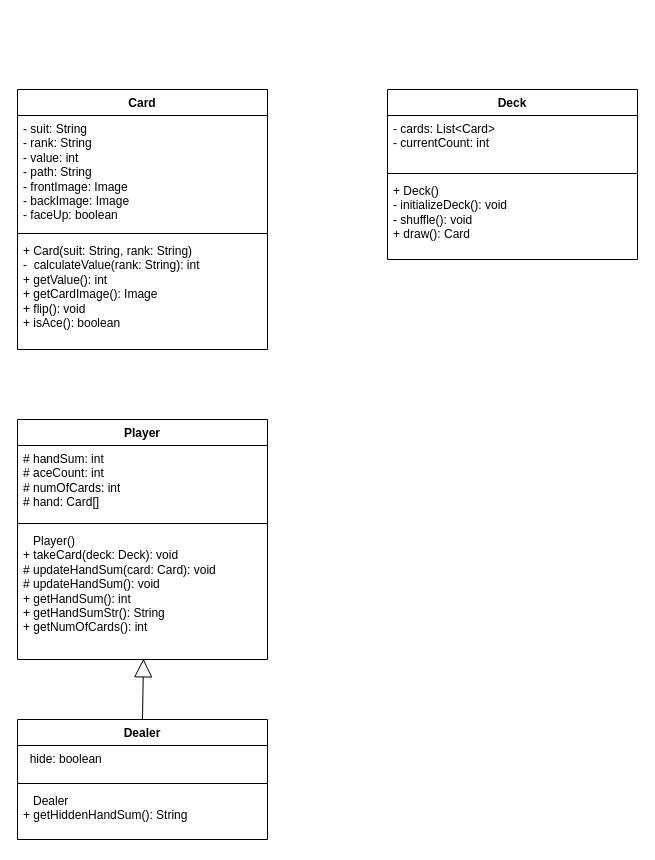
Earlier version of the draw.io diagram BlackjackUML.drawio (AimanIskndr/BlackjackOOP). Source tidied: cells renumbered, new cells numbered last; positions are measured from the earlier drawing's top-left corner, leaving out a move shared by most shapes. Both pictures are drawn from the tidied source at 100%, with x=0, y=0 at pixel (17, 89).
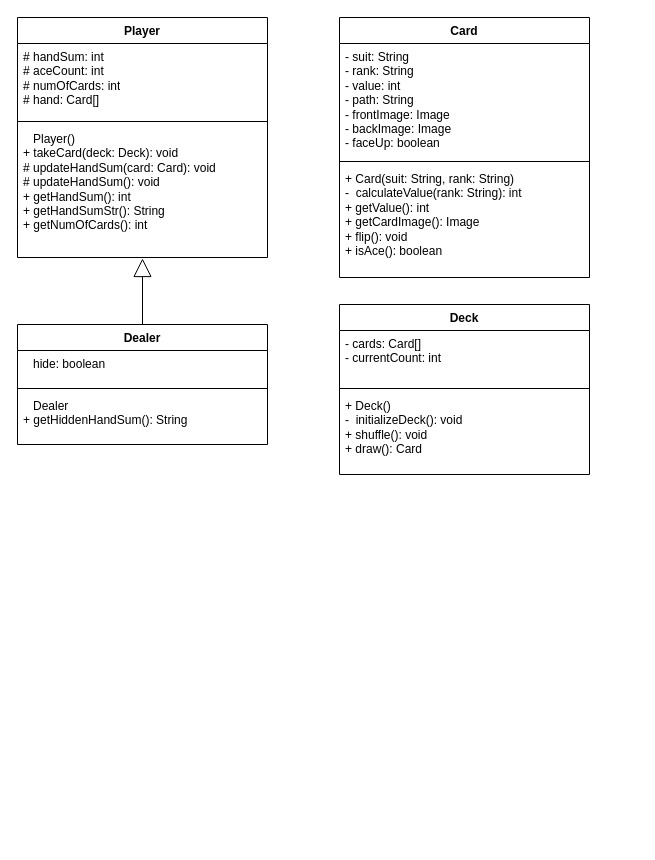
The same diagram, later.

Change to the diagram source:
```diff
@@
 <mxGraphModel>
   <root>
     <mxCell id="0" />
     <mxCell id="1" parent="0" />
     <mxCell id="2" value="Card" style="swimlane;fontStyle=1;align=center;verticalAlign=top;horizontal=1;startSize=26;whiteSpace=wrap;html=1;" parent="1" vertex="1">
-      <mxGeometry width="250" height="260" as="geometry" />
+      <mxGeometry x="322" y="-72" width="250" height="260" as="geometry" />
     </mxCell>
     <mxCell id="3" value="- suit: String&lt;br&gt;- rank: String&lt;br&gt;- value: int&lt;br&gt;- path: String&lt;br&gt;- frontImage: Image&lt;br&gt;- backImage: Image&lt;br&gt;- faceUp: boolean" style="text;strokeColor=none;fillColor=none;align=left;verticalAlign=top;spacingLeft=4;spacingRight=4;overflow=hidden;whiteSpace=wrap;html=1;" parent="2" vertex="1">
       <mxGeometry y="26" width="250" height="114" as="geometry" />
     </mxCell>
     <mxCell id="4" style="line;strokeWidth=1;fillColor=none;align=left;verticalAlign=middle;spacingTop=-1;spacingLeft=3;spacingRight=3;labelPosition=right;strokeColor=inherit;" parent="2" vertex="1">
       <mxGeometry y="140" width="250" height="8" as="geometry" />
     </mxCell>
     <mxCell id="5" value="+ Card(suit: String, rank: String)&lt;br&gt;-&amp;nbsp; calculateValue(rank: String): int&lt;br&gt;+ getValue(): int&lt;br&gt;+ getCardImage(): Image&lt;br&gt;+ flip(): void&lt;br&gt;+ isAce(): boolean&lt;br&gt;" style="text;strokeColor=none;fillColor=none;align=left;verticalAlign=top;spacingLeft=4;spacingRight=4;overflow=hidden;whiteSpace=wrap;html=1;" parent="2" vertex="1">
       <mxGeometry y="148" width="250" height="112" as="geometry" />
     </mxCell>
     <mxCell id="6" value="Deck" style="swimlane;fontStyle=1;align=center;verticalAlign=top;horizontal=1;startSize=26;whiteSpace=wrap;html=1;" parent="1" vertex="1">
-      <mxGeometry x="370" width="250" height="170" as="geometry" />
+      <mxGeometry x="322" y="215" width="250" height="170" as="geometry" />
     </mxCell>
-    <mxCell id="7" value="&lt;div&gt;&lt;span style=&quot;background-color: initial;&quot;&gt;- cards: List&amp;lt;Card&amp;gt;&lt;/span&gt;&lt;br&gt;&lt;/div&gt;&lt;div&gt;- currentCount: int&lt;/div&gt;" style="text;strokeColor=none;fillColor=none;align=left;verticalAlign=top;spacingLeft=4;spacingRight=4;overflow=hidden;whiteSpace=wrap;html=1;" parent="6" vertex="1">
+    <mxCell id="7" value="&lt;div&gt;&lt;span style=&quot;background-color: initial;&quot;&gt;- cards: Card[]&lt;/span&gt;&lt;br&gt;&lt;/div&gt;&lt;div&gt;- currentCount: int&lt;/div&gt;" style="text;strokeColor=none;fillColor=none;align=left;verticalAlign=top;spacingLeft=4;spacingRight=4;overflow=hidden;whiteSpace=wrap;html=1;" parent="6" vertex="1">
       <mxGeometry y="26" width="250" height="54" as="geometry" />
     </mxCell>
     <mxCell id="8" style="line;strokeWidth=1;fillColor=none;align=left;verticalAlign=middle;spacingTop=-1;spacingLeft=3;spacingRight=3;labelPosition=right;strokeColor=inherit;" parent="6" vertex="1">
       <mxGeometry y="80" width="250" height="8" as="geometry" />
     </mxCell>
-    <mxCell id="9" value="&lt;div&gt;&lt;span style=&quot;background-color: initial;&quot;&gt;+ Deck()&lt;/span&gt;&lt;br&gt;&lt;/div&gt;&lt;div&gt;- initializeDeck(): void&lt;/div&gt;&lt;div&gt;- shuffle(): void&lt;/div&gt;&lt;div&gt;+ draw(): Card&lt;/div&gt;&lt;div&gt;&lt;br&gt;&lt;/div&gt;" style="text;strokeColor=none;fillColor=none;align=left;verticalAlign=top;spacingLeft=4;spacingRight=4;overflow=hidden;whiteSpace=wrap;html=1;" parent="6" vertex="1">
+    <mxCell id="9" value="&lt;div&gt;&lt;span style=&quot;background-color: initial;&quot;&gt;+ Deck()&lt;/span&gt;&lt;br&gt;&lt;/div&gt;&lt;div&gt;-&amp;nbsp; initializeDeck(): void&lt;/div&gt;&lt;div&gt;+ shuffle(): void&lt;/div&gt;&lt;div&gt;+ draw(): Card&lt;/div&gt;&lt;div&gt;&lt;br&gt;&lt;/div&gt;" style="text;strokeColor=none;fillColor=none;align=left;verticalAlign=top;spacingLeft=4;spacingRight=4;overflow=hidden;whiteSpace=wrap;html=1;" parent="6" vertex="1">
       <mxGeometry y="88" width="250" height="82" as="geometry" />
     </mxCell>
     <mxCell id="10" value="Player" style="swimlane;fontStyle=1;align=center;verticalAlign=top;horizontal=1;startSize=26;whiteSpace=wrap;html=1;" parent="1" vertex="1">
-      <mxGeometry y="330" width="250" height="240" as="geometry" />
+      <mxGeometry y="-72" width="250" height="240" as="geometry" />
     </mxCell>
     <mxCell id="11" value="&lt;div&gt;&lt;span style=&quot;background-color: initial;&quot;&gt;# handSum: int&lt;/span&gt;&lt;br&gt;&lt;/div&gt;&lt;div&gt;# aceCount: int&lt;/div&gt;&lt;div&gt;# numOfCards: int&lt;/div&gt;&lt;div&gt;# hand: Card[]&lt;/div&gt;&lt;div&gt;&lt;br&gt;&lt;/div&gt;" style="text;strokeColor=none;fillColor=none;align=left;verticalAlign=top;spacingLeft=4;spacingRight=4;overflow=hidden;whiteSpace=wrap;html=1;" parent="10" vertex="1">
       <mxGeometry y="26" width="250" height="74" as="geometry" />
     </mxCell>
     <mxCell id="12" style="line;strokeWidth=1;fillColor=none;align=left;verticalAlign=middle;spacingTop=-1;spacingLeft=3;spacingRight=3;labelPosition=right;strokeColor=inherit;" parent="10" vertex="1">
       <mxGeometry y="100" width="250" height="8" as="geometry" />
     </mxCell>
     <mxCell id="13" value="&lt;div&gt;&lt;span style=&quot;background-color: initial;&quot;&gt;&amp;nbsp; &amp;nbsp;Player()&lt;/span&gt;&lt;br&gt;&lt;/div&gt;&lt;div&gt;+ takeCard(deck: Deck): void&lt;/div&gt;&lt;div&gt;# updateHandSum(card: Card): void&lt;/div&gt;&lt;div&gt;# updateHandSum(): void&lt;/div&gt;&lt;div&gt;+ getHandSum(): int&lt;/div&gt;&lt;div&gt;+ getHandSumStr(): String&lt;/div&gt;&lt;div&gt;+ getNumOfCards(): int&lt;/div&gt;&lt;div&gt;&lt;br&gt;&lt;/div&gt;" style="text;strokeColor=none;fillColor=none;align=left;verticalAlign=top;spacingLeft=4;spacingRight=4;overflow=hidden;points=[[0,0.5],[1,0.5]];portConstraint=eastwest;whiteSpace=wrap;html=1;" parent="10" vertex="1">
       <mxGeometry y="108" width="250" height="132" as="geometry" />
     </mxCell>
     <mxCell id="14" value="Dealer" style="swimlane;fontStyle=1;align=center;verticalAlign=top;horizontal=1;startSize=26;whiteSpace=wrap;html=1;" parent="1" vertex="1">
-      <mxGeometry y="630" width="250" height="120" as="geometry" />
+      <mxGeometry y="235" width="250" height="120" as="geometry" />
     </mxCell>
-    <mxCell id="15" value="&lt;div&gt;&amp;nbsp; hide: boolean&lt;/div&gt;&lt;div&gt;&lt;br&gt;&lt;/div&gt;" style="text;strokeColor=none;fillColor=none;align=left;verticalAlign=top;spacingLeft=4;spacingRight=4;overflow=hidden;whiteSpace=wrap;html=1;" parent="14" vertex="1">
+    <mxCell id="15" value="&lt;div&gt;&amp;nbsp; &amp;nbsp;hide: boolean&lt;/div&gt;&lt;div&gt;&lt;br&gt;&lt;/div&gt;" style="text;strokeColor=none;fillColor=none;align=left;verticalAlign=top;spacingLeft=4;spacingRight=4;overflow=hidden;whiteSpace=wrap;html=1;" parent="14" vertex="1">
       <mxGeometry y="26" width="250" height="34" as="geometry" />
     </mxCell>
     <mxCell id="16" style="line;strokeWidth=1;fillColor=none;align=left;verticalAlign=middle;spacingTop=-1;spacingLeft=3;spacingRight=3;labelPosition=right;strokeColor=inherit;" parent="14" vertex="1">
       <mxGeometry y="60" width="250" height="8" as="geometry" />
     </mxCell>
     <mxCell id="17" value="&lt;div&gt;&amp;nbsp; &amp;nbsp;Dealer&lt;/div&gt;&lt;div&gt;+ getHiddenHandSum(): String&lt;/div&gt;" style="text;strokeColor=none;fillColor=none;align=left;verticalAlign=top;spacingLeft=4;spacingRight=4;overflow=hidden;whiteSpace=wrap;html=1;" parent="14" vertex="1">
       <mxGeometry y="68" width="250" height="52" as="geometry" />
     </mxCell>
-    <mxCell id="18" style="endArrow=block;endSize=16;endFill=0;html=1;rounded=0;entryX=0.504;entryY=0.995;entryDx=0;entryDy=0;entryPerimeter=0;exitX=0.5;exitY=0;exitDx=0;exitDy=0;exitPerimeter=0;" parent="1" edge="1" source="14" target="13">
-      <mxGeometry relative="1" as="geometry" />
+    <mxCell id="18" style="endArrow=block;endSize=16;endFill=0;html=1;rounded=0;exitX=0.5;exitY=0;exitDx=0;exitDy=0;exitPerimeter=0;" parent="1" edge="1" source="14">
+      <mxGeometry relative="1" as="geometry">
+        <mxPoint x="125" y="169" as="targetPoint" />
+      </mxGeometry>
     </mxCell>
   </root>
 </mxGraphModel>
```
